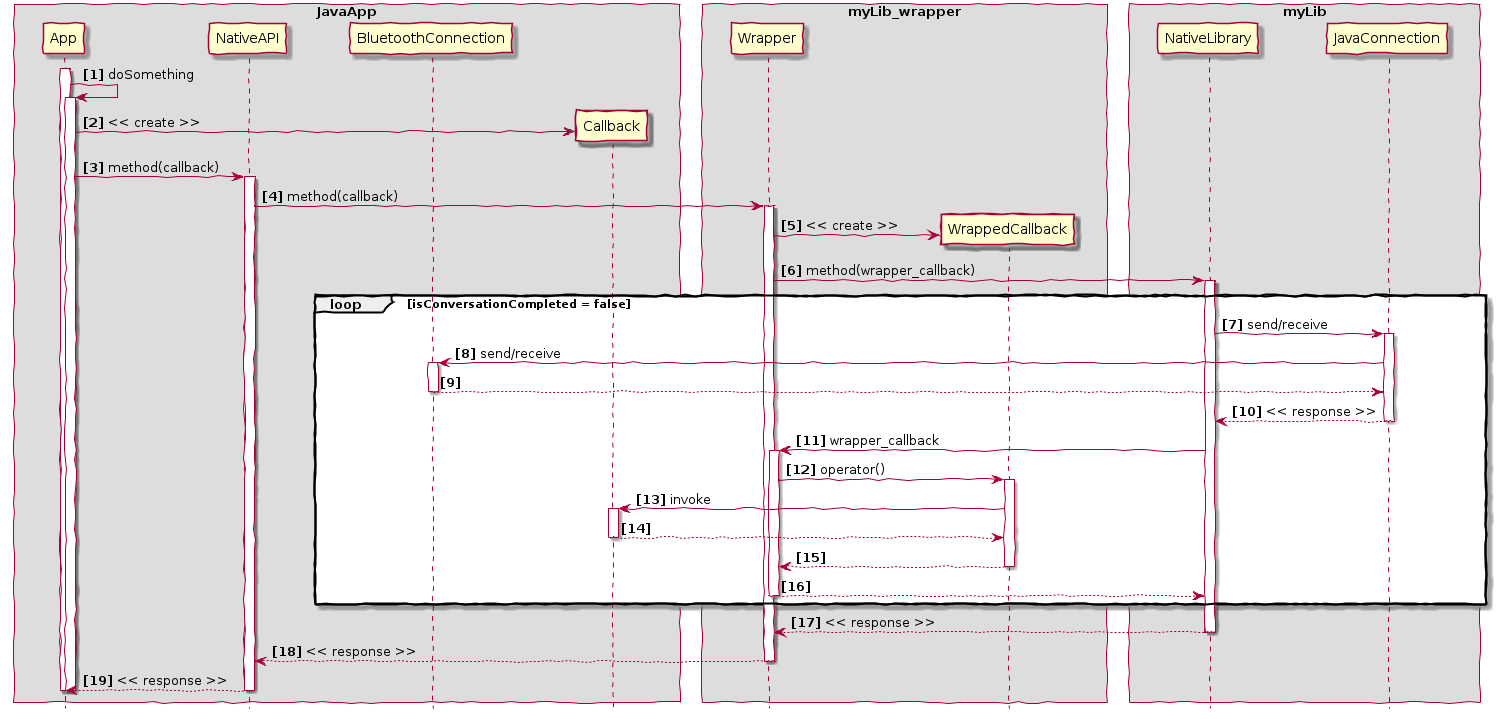
This is cpp/img/bluetooth-cpp-android/invoke-callback-sequence-diagram.png from gzuliani/gzuliani.github.io, a PlantUML export, as it was before one commit.
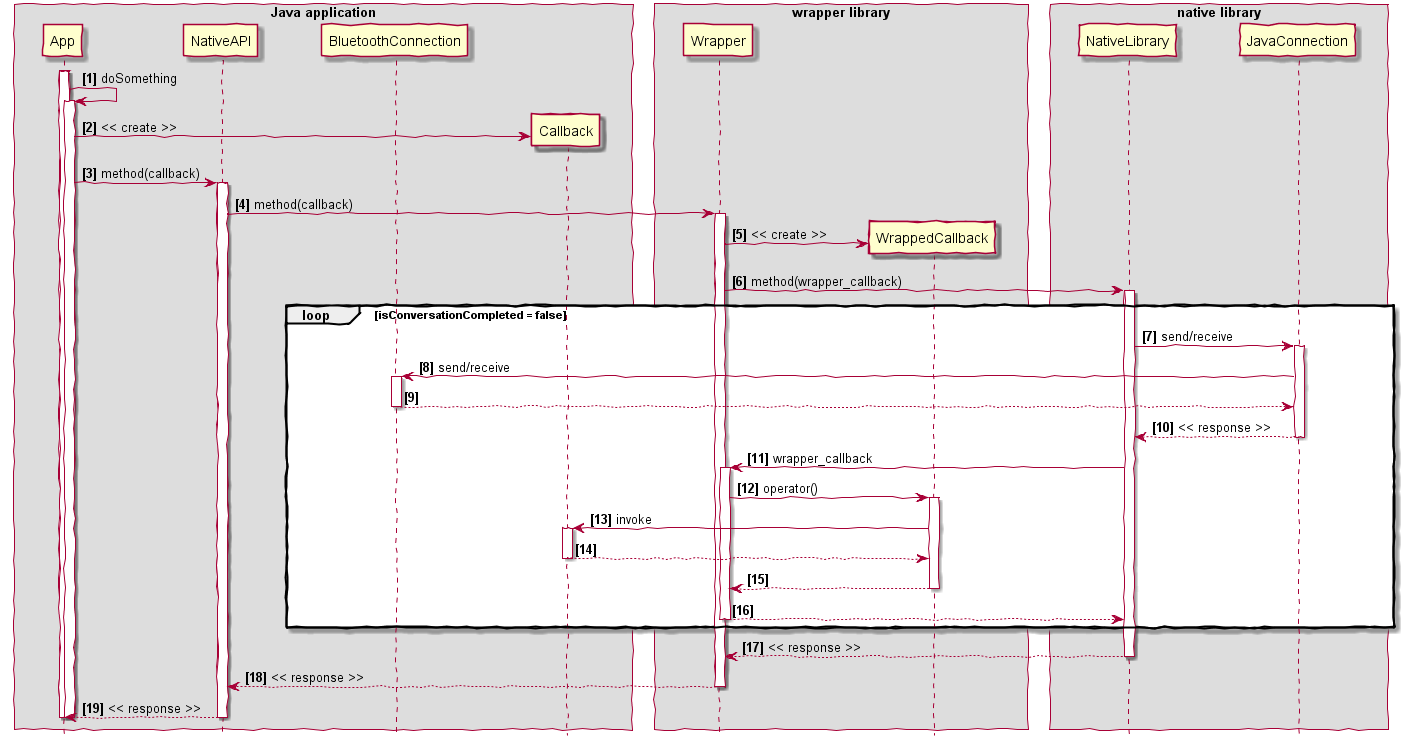
After the commit.

What changed in the source:
```diff
@@ -8,19 +8,19 @@
 skinparam BoxPadding 10
 skinparam ParticipantPadding 25
 
-box "JavaApp"
+box "Java application"
 participant App
 participant NativeAPI
 participant BluetoothConnection
 participant Callback
 end box
 
-box "myLib_wrapper"
+box "wrapper library"
 participant Wrapper
 participant WrappedCallback
 end box
 
-box "myLib"
+box "native library"
 participant NativeLibrary
 participant JavaConnection
 end box
```
